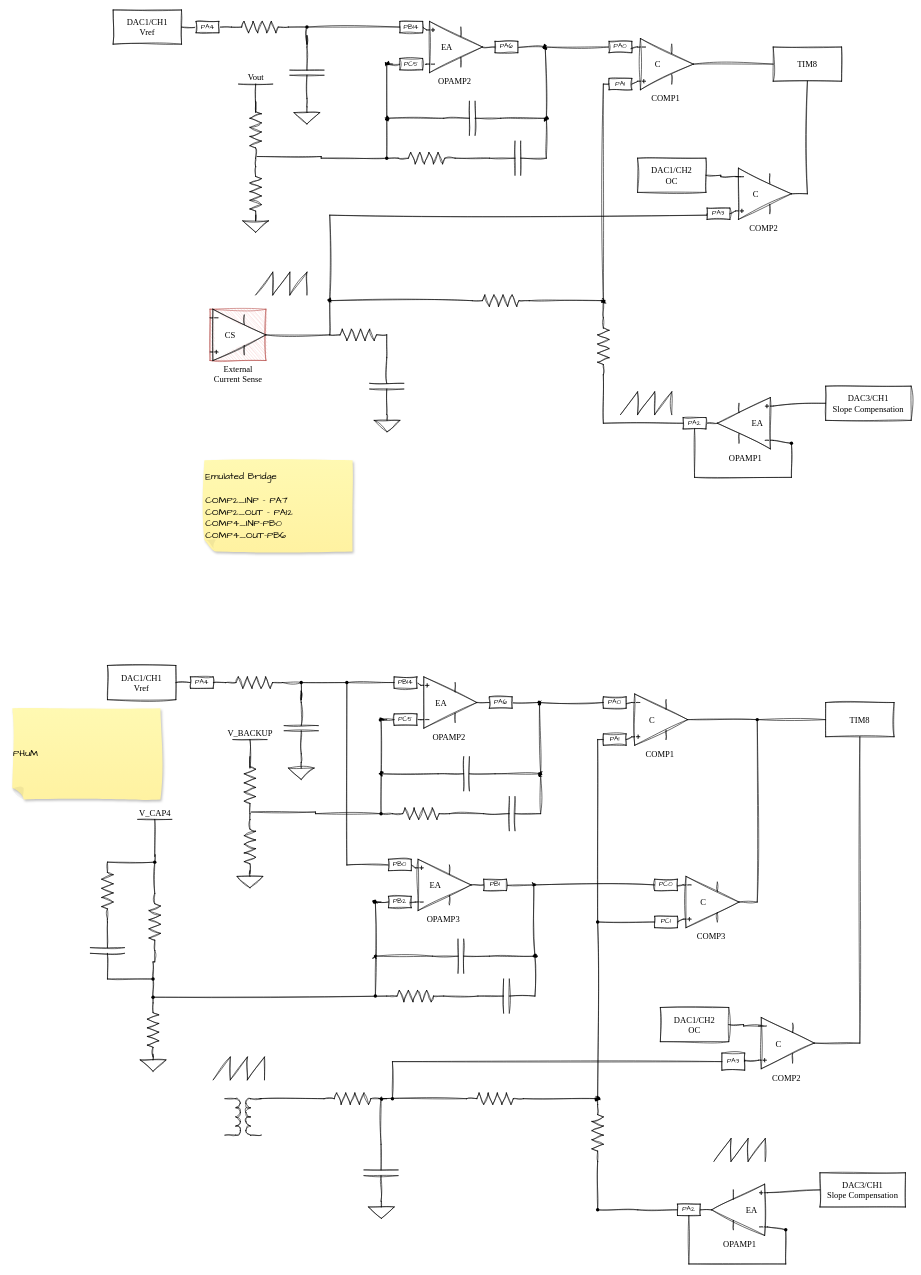
Above: assets/STM32 Compensation.drawio in resonantlabs/mixed-signal-pfc (draw.io), before the change. Source tidied: cells renumbered, new cells numbered last; positions are measured from the earlier drawing's top-left corner, leaving out a move shared by most shapes. Both pictures are drawn from the tidied source at 57%, with x=0, y=0 at pixel (12, 10).
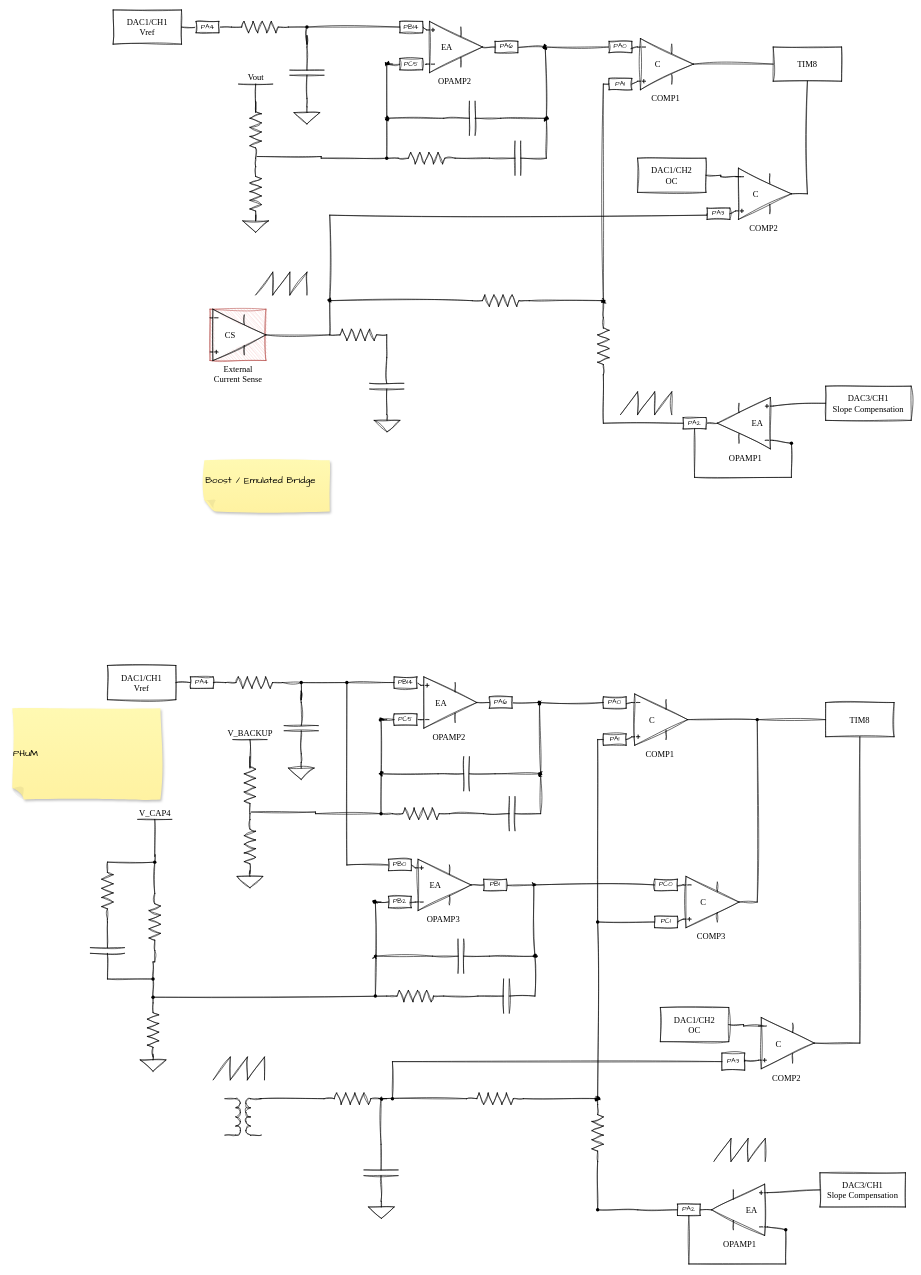
The same diagram, later.

What changed in the source:
```diff
@@
-    <mxCell id="80" value="&lt;div&gt;Emulated Bridge&lt;/div&gt;&lt;div&gt;&lt;br&gt;&lt;/div&gt;&lt;div&gt;COMP2_INP - PA7&lt;/div&gt;&lt;div&gt;COMP2_OUT - PA12&lt;/div&gt;&lt;div&gt;COMP4_INP-PB0&lt;/div&gt;&lt;div&gt;COMP4_OUT-PB6&lt;/div&gt;" style="shape=note;whiteSpace=wrap;html=1;backgroundOutline=1;fontColor=#000000;darkOpacity=0.05;fillColor=#FFF9B2;strokeColor=none;fillStyle=solid;direction=west;gradientDirection=north;gradientColor=#FFF2A1;shadow=1;size=20;sketch=1;hachureGap=4;jiggle=2;curveFitting=1;fontFamily=Architects Daughter;fontSize=17;align=left;" parent="1" vertex="1">
-      <mxGeometry x="337" y="790" width="260" height="160" as="geometry" />
+    <mxCell id="80" value="&lt;div&gt;Boost / Emulated Bridge&lt;/div&gt;&lt;div&gt;&lt;br&gt;&lt;/div&gt;" style="shape=note;whiteSpace=wrap;html=1;backgroundOutline=1;fontColor=#000000;darkOpacity=0.05;fillColor=#FFF9B2;strokeColor=none;fillStyle=solid;direction=west;gradientDirection=north;gradientColor=#FFF2A1;shadow=1;size=20;sketch=1;hachureGap=4;jiggle=2;curveFitting=1;fontFamily=Architects Daughter;fontSize=17;align=left;" parent="1" vertex="1">
+      <mxGeometry x="337" y="790" width="220" height="90" as="geometry" />
     </mxCell>
```
